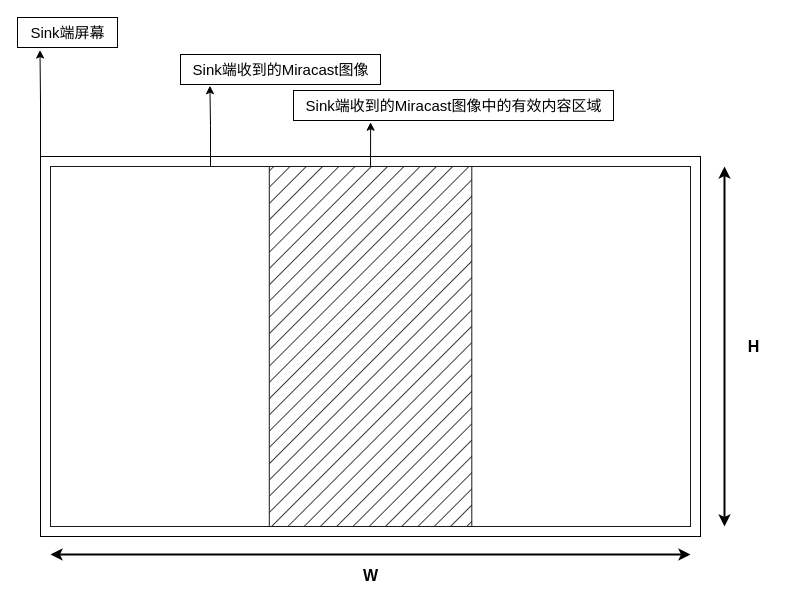
Above: Miracast图像边界检测算法.drawio in qjzh0603/drawio (draw.io), before the change. Source tidied: cells renumbered, new cells numbered last; positions are measured from the earlier drawing's top-left corner, leaving out a move shared by most shapes. Both pictures are drawn from the tidied source at 100%, with x=0, y=0 at pixel (17, 17).
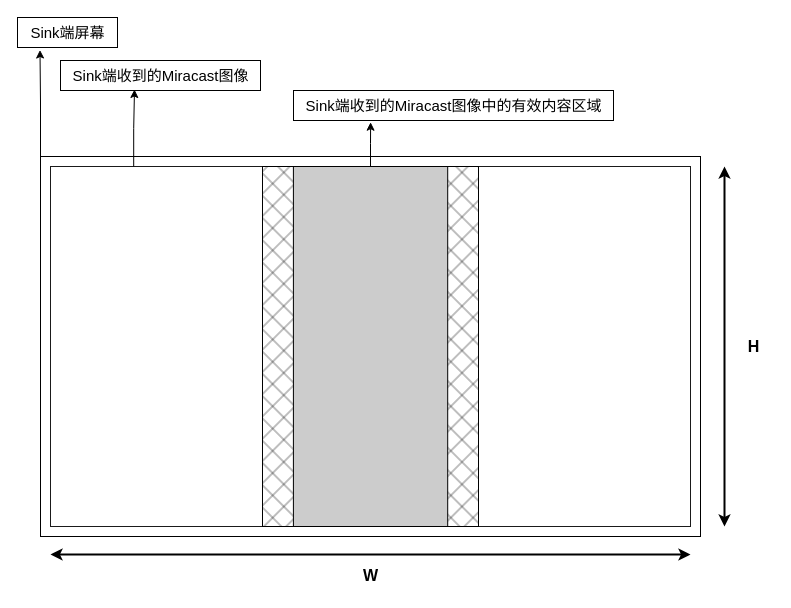
The same page after the edit.

Commit message (it also covers changes not shown here):
更新Miracast图像边界检测算法.drawio

What changed in the source:
```diff
@@
 <mxGraphModel>
   <root>
     <mxCell id="0" />
     <mxCell id="1" parent="0" />
     <mxCell id="2" style="rounded=0;whiteSpace=wrap;html=1;fillColor=none;" parent="1" vertex="1">
       <mxGeometry x="23" y="139" width="660" height="380" as="geometry" />
     </mxCell>
     <mxCell id="3" style="group;" parent="1" vertex="1">
       <mxGeometry x="23" y="139" width="660" height="380" as="geometry" />
     </mxCell>
-    <mxCell id="4" style="rounded=0;whiteSpace=wrap;html=1;fillStyle=hatch;strokeColor=#1A1A1A;fillColor=none;gradientColor=none;" parent="3" vertex="1">
+    <mxCell id="4" style="rounded=0;whiteSpace=wrap;html=1;fillStyle=hatch;strokeColor=#1A1A1A;fillColor=none;gradientColor=none;points=[[0,0,0,0,0],[0,0.25,0,0,0],[0,0.5,0,0,0],[0,0.75,0,0,0],[0,1,0,0,0],[0.13,0,0,0,0],[0.25,0,0,0,0],[0.25,1,0,0,0],[0.5,0,0,0,0],[0.5,1,0,0,0],[0.75,0,0,0,0],[0.75,1,0,0,0],[1,0,0,0,0],[1,0.25,0,0,0],[1,0.5,0,0,0],[1,0.75,0,0,0],[1,1,0,0,0]];" parent="3" vertex="1">
       <mxGeometry x="10" y="10" width="640" height="360" as="geometry" />
     </mxCell>
-    <mxCell id="5" style="rounded=0;whiteSpace=wrap;html=1;fillStyle=hatch;strokeColor=#1A1A1A;fillColor=#000000;gradientColor=none;" parent="3" vertex="1">
-      <mxGeometry x="228.8" y="10" width="202.5" height="360" as="geometry" />
+    <mxCell id="5" style="rounded=0;whiteSpace=wrap;html=1;fillStyle=cross-hatch;fillColor=#000000;fontColor=#ffffff;strokeColor=default;" parent="3" vertex="1">
+      <mxGeometry x="222" y="10" width="216" height="360" as="geometry" />
     </mxCell>
     <mxCell id="6" style="endArrow=classic;startArrow=classic;html=1;rounded=0;strokeWidth=2;" parent="1" edge="1">
       <mxGeometry relative="1" as="geometry">
         <mxPoint x="33" y="537" as="sourcePoint" />
         <mxPoint x="673" y="537" as="targetPoint" />
       </mxGeometry>
     </mxCell>
     <mxCell id="7" style="endArrow=classic;startArrow=classic;html=1;rounded=0;strokeWidth=2;" parent="1" edge="1">
       <mxGeometry relative="1" as="geometry">
         <mxPoint x="707" y="509" as="sourcePoint" />
         <mxPoint x="707" y="149" as="targetPoint" />
       </mxGeometry>
     </mxCell>
     <mxCell id="8" value="W" style="text;html=1;align=center;verticalAlign=middle;fillColor=none;strokeColor=none;rounded=0;fillStyle=hatch;fontStyle=1;fontSize=16;" parent="1" vertex="1">
       <mxGeometry x="333" y="543" width="40" height="30" as="geometry" />
     </mxCell>
     <mxCell id="9" value="H" style="text;html=1;align=center;verticalAlign=middle;fillColor=none;strokeColor=none;rounded=0;fillStyle=hatch;fontStyle=1;fontSize=16;" parent="1" vertex="1">
       <mxGeometry x="716" y="314" width="40" height="30" as="geometry" />
     </mxCell>
     <mxCell id="10" style="edgeStyle=orthogonalEdgeStyle;rounded=0;jettySize=auto;html=1;exitX=0;exitY=0;exitDx=0;exitDy=0;fontSize=15;entryX=0.225;entryY=1.084;entryDx=0;entryDy=0;entryPerimeter=0;" parent="1" edge="1" source="2" target="11">
       <mxGeometry relative="1" as="geometry" />
     </mxCell>
     <mxCell id="11" value="Sink端屏幕" style="text;html=1;align=center;verticalAlign=middle;points=[];strokeColor=default;fillColor=none;fontSize=15;" parent="1" vertex="1">
       <mxGeometry width="100" height="30" as="geometry" />
     </mxCell>
-    <mxCell id="12" style="edgeStyle=orthogonalEdgeStyle;rounded=0;jettySize=auto;html=1;exitX=0.25;exitY=0;exitDx=0;exitDy=0;fontSize=15;entryX=0.147;entryY=1.04;entryDx=0;entryDy=0;entryPerimeter=0;" parent="1" edge="1" source="4" target="13">
-      <mxGeometry relative="1" as="geometry" />
-    </mxCell>
     <mxCell id="13" value="Sink端收到的Miracast图像" style="text;html=1;align=center;verticalAlign=middle;points=[];strokeColor=default;fillColor=none;fontSize=15;" parent="1" vertex="1">
-      <mxGeometry x="163" y="37" width="200" height="30" as="geometry" />
+      <mxGeometry x="43" y="43" width="200" height="30" as="geometry" />
     </mxCell>
     <mxCell id="14" style="edgeStyle=orthogonalEdgeStyle;rounded=0;jettySize=auto;html=1;exitX=0.5;exitY=0;exitDx=0;exitDy=0;fontSize=15;entryX=0.241;entryY=1.058;entryDx=0;entryDy=0;entryPerimeter=0;" parent="1" edge="1" source="5" target="15">
       <mxGeometry relative="1" as="geometry" />
     </mxCell>
     <mxCell id="15" value="Sink端收到的Miracast图像中的有效内容区域" style="text;html=1;align=center;verticalAlign=middle;points=[];strokeColor=default;fillColor=none;fontSize=15;" parent="1" vertex="1">
       <mxGeometry x="276" y="73" width="320" height="30" as="geometry" />
     </mxCell>
+    <mxCell id="16" style="rounded=0;whiteSpace=wrap;html=1;fillStyle=solid;glass=0;fillColor=#CCCCCC;fontColor=#ffffff;strokeColor=#000000;" parent="1" vertex="1">
+      <mxGeometry x="275.9" y="149" width="154.3" height="360" as="geometry" />
+    </mxCell>
+    <mxCell id="12" style="edgeStyle=orthogonalEdgeStyle;rounded=0;jettySize=auto;html=1;exitX=0.13;exitY=0;exitDx=0;exitDy=0;exitPerimeter=0;entryX=0.37;entryY=0.967;entryDx=0;entryDy=0;entryPerimeter=0;" parent="1" edge="1" source="4" target="13">
+      <mxGeometry relative="1" as="geometry" />
+    </mxCell>
   </root>
 </mxGraphModel>
```
